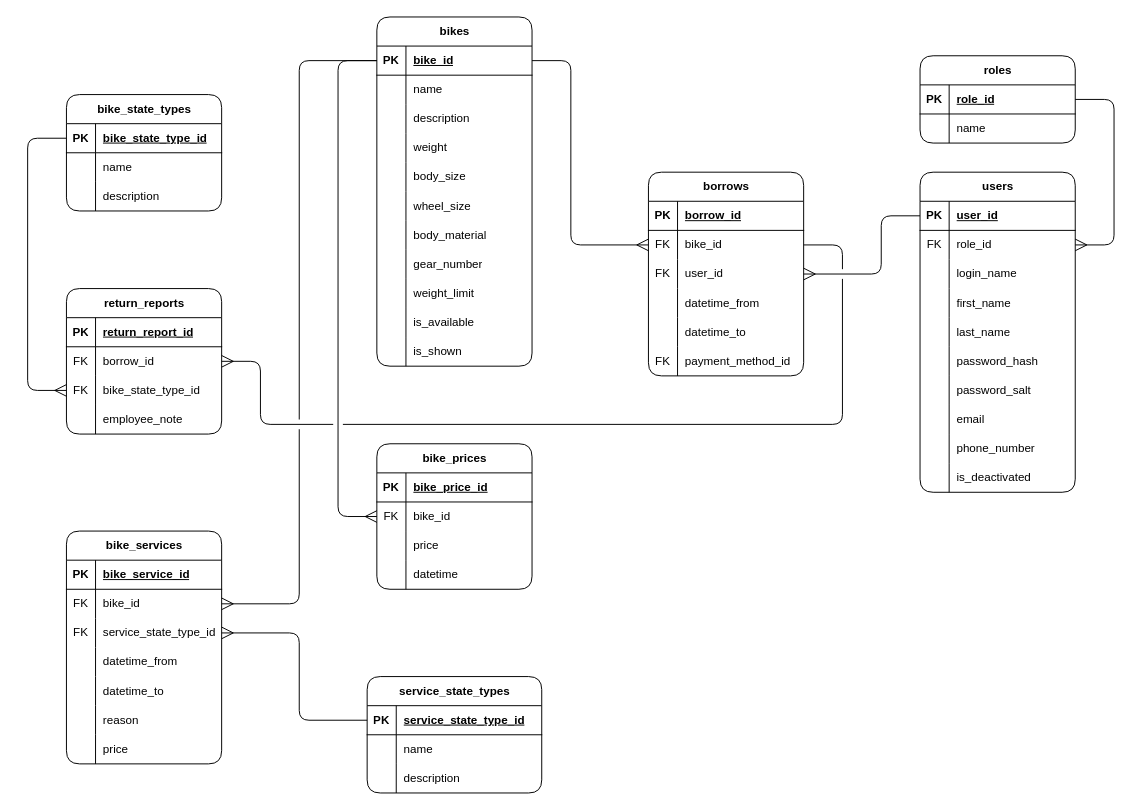
Above: page "ER Diagram" (6 of 6) of diagrams.drawio in KrazyManJ/jolt (draw.io), before the change. Source tidied: cells renumbered, new cells numbered last; positions are measured from the earlier drawing's top-left corner, leaving out a move shared by most shapes. Both pictures are drawn from the tidied source at 97%, with x=0, y=0 at pixel (27, 16).
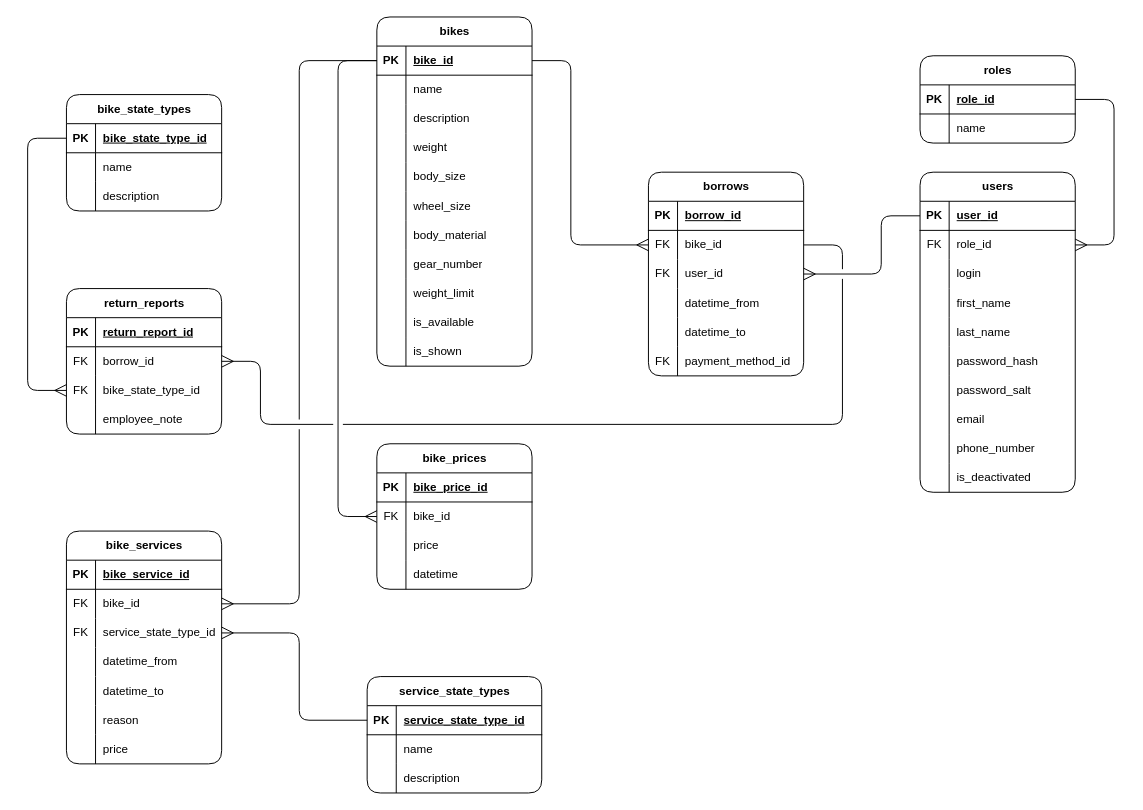
After the change.

The change refers to these unchanged cells:
```xml
<mxCell id="77" style="shape=tableRow;horizontal=0;startSize=0;swimlaneHead=0;swimlaneBody=0;fillColor=none;top=0;left=0;right=0;bottom=0;html=1;" parent="70" vertex="1">
  <mxGeometry y="90" width="160" height="30" as="geometry" />
</mxCell>
```

Diff of the diagram source:
```diff
@@
-    <mxCell id="79" value="login_name" style="shape=partialRectangle;fillColor=none;top=0;left=0;bottom=0;right=0;align=left;spacingLeft=6;overflow=hidden;html=1;" parent="77" vertex="1">
+    <mxCell id="79" value="login" style="shape=partialRectangle;fillColor=none;top=0;left=0;bottom=0;right=0;align=left;spacingLeft=6;overflow=hidden;html=1;" parent="77" vertex="1">
       <mxGeometry x="30" width="130" height="30" as="geometry" />
     </mxCell>
```
